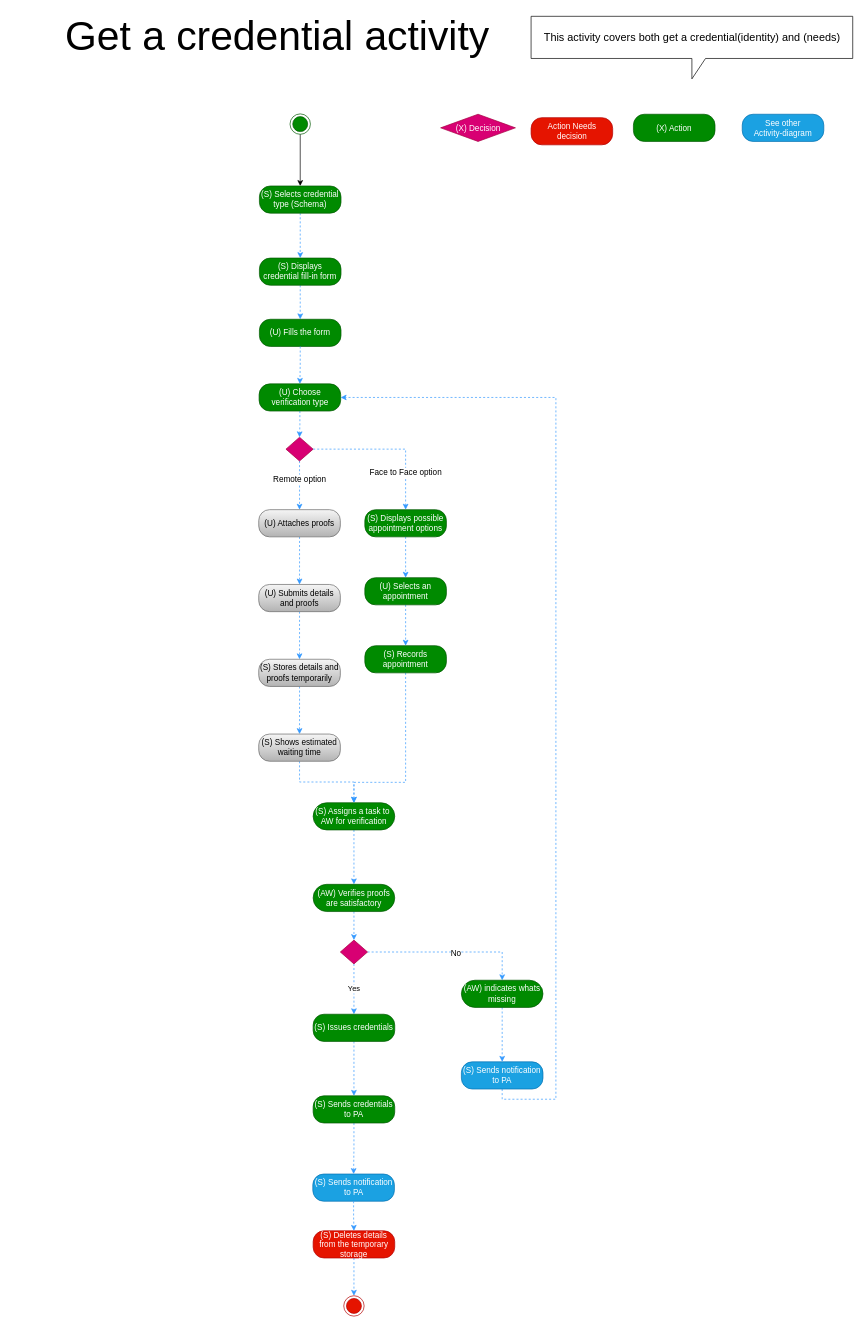
This is Activity Diagrams/Get a credential activity.drawio from nsward/diagrams, a draw.io file, before an edit. Source tidied: cells renumbered, new cells numbered last; positions are measured from the earlier drawing's top-left corner, leaving out a move shared by most shapes. Both pictures are drawn from the tidied source at 68%, with x=0, y=0 at pixel (12, 16).
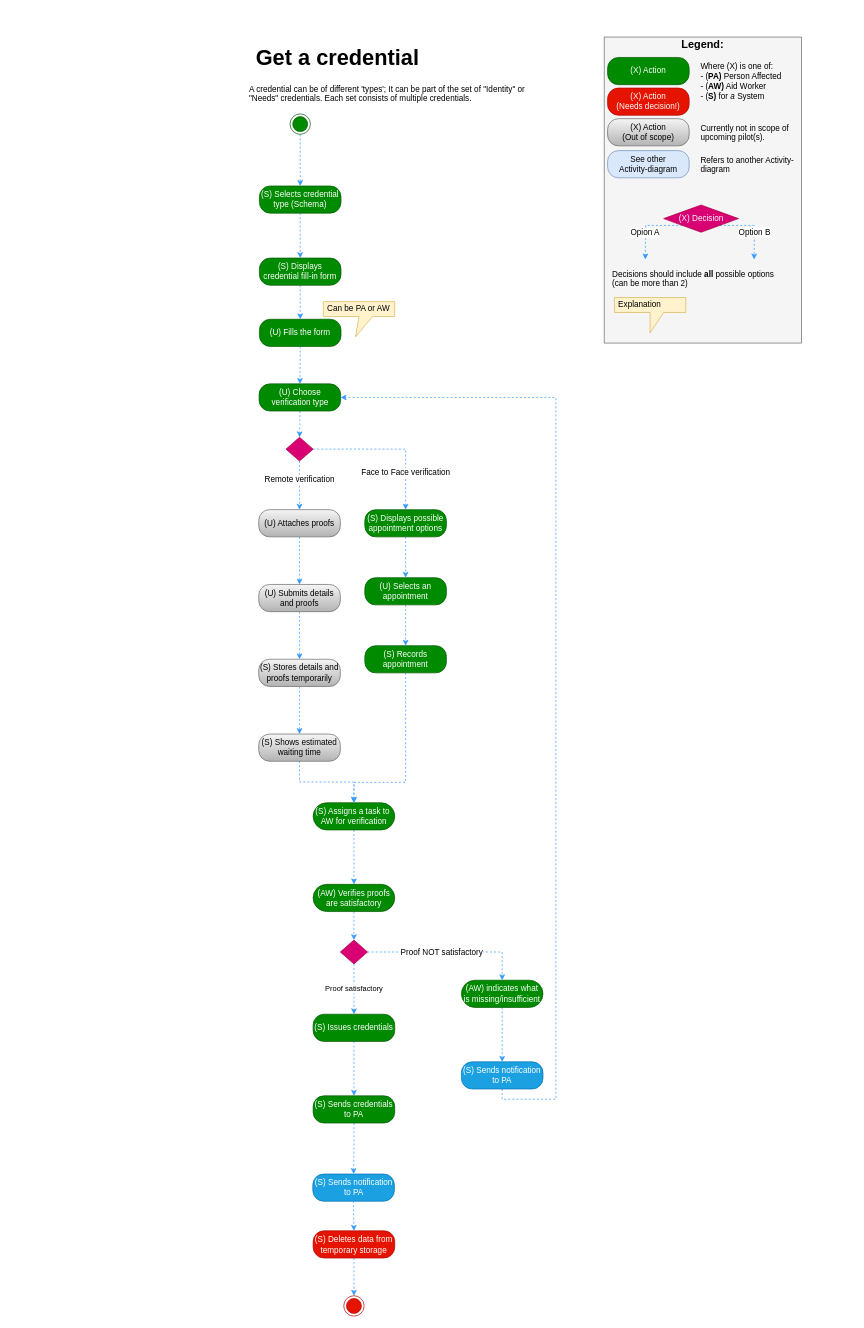
The same diagram, later.

Commit message:
Align layout with template + include legend

The change refers to these unchanged cells:
```xml
<mxCell id="3" style="ellipse;html=1;shape=endState;fillColor=#008a00;strokeColor=#005700;fontColor=#ffffff;" parent="1" vertex="1">
  <mxGeometry x="409" y="144" width="30" height="30" as="geometry" />
</mxCell>
<mxCell id="6" value="(S) Selects credential type (Schema)&lt;br&gt;" style="rounded=1;whiteSpace=wrap;html=1;arcSize=40;fillColor=#008a00;strokeColor=#005700;fontColor=#ffffff;" parent="1" vertex="1">
  <mxGeometry x="364" y="250" width="120" height="40" as="geometry" />
</mxCell>
<mxCell id="24" style="edgeStyle=orthogonalEdgeStyle;rounded=0;jettySize=auto;html=1;entryX=0.5;entryY=0;entryDx=0;entryDy=0;dashed=1;strokeColor=#3399FF;fontColor=#ffffff;" parent="1" edge="1" source="28" target="31">
  <mxGeometry relative="1" as="geometry" />
</mxCell>
<mxCell id="26" style="edgeStyle=orthogonalEdgeStyle;rounded=0;jettySize=auto;html=1;entryX=0.5;entryY=0;entryDx=0;entryDy=0;dashed=1;strokeColor=#3399FF;fontColor=#ffffff;" parent="1" edge="1" source="28" target="13">
  <mxGeometry relative="1" as="geometry" />
</mxCell>
<mxCell id="38" style="edgeStyle=orthogonalEdgeStyle;rounded=0;jettySize=auto;html=1;dashed=1;strokeColor=#3399FF;fontColor=#ffffff;" parent="1" edge="1" source="41" target="43">
  <mxGeometry relative="1" as="geometry" />
</mxCell>
<mxCell id="41" style="rhombus;whiteSpace=wrap;html=1;fillColor=#d80073;strokeColor=#A50040;fontColor=#ffffff;" parent="1" vertex="1">
  <mxGeometry x="483" y="1359" width="40" height="35" as="geometry" />
</mxCell>
<mxCell id="47" value="(S) Issues credentials&lt;br&gt;" style="rounded=1;whiteSpace=wrap;html=1;arcSize=40;fillColor=#008a00;strokeColor=#005700;fontColor=#ffffff;" parent="1" vertex="1">
  <mxGeometry x="443" y="1468" width="120" height="40" as="geometry" />
</mxCell>
```

The edit, as a diff of the source:
```diff
@@
-    <mxCell id="2" style="edgeStyle=orthogonalEdgeStyle;rounded=0;jettySize=auto;html=1;entryX=0.5;entryY=0;entryDx=0;entryDy=0;strokeColor=#000000;fontColor=#ffffff;" parent="1" edge="1" source="3" target="6">
+    <mxCell id="2" style="edgeStyle=orthogonalEdgeStyle;rounded=0;jettySize=auto;html=1;entryX=0.5;entryY=0;entryDx=0;entryDy=0;strokeColor=#3399FF;fontColor=#ffffff;dashed=1;" parent="1" edge="1" source="3" target="6">
       <mxGeometry relative="1" as="geometry" />
     </mxCell>
@@
-    <mxCell id="25" value="Face to Face option" style="text;html=1;align=center;verticalAlign=middle;labelBackgroundColor=#ffffff;fontColor=#000000;" parent="24" vertex="1">
+    <mxCell id="25" value="Face to Face verification" style="text;html=1;align=center;verticalAlign=middle;labelBackgroundColor=#ffffff;fontColor=#000000;" parent="24" vertex="1">
       <mxGeometry x="0.2" y="-34" relative="1" as="geometry" />
     </mxCell>
@@
-    <mxCell id="27" value="Remote option" style="text;html=1;align=center;verticalAlign=middle;labelBackgroundColor=#ffffff;fontColor=#000000;" parent="26" vertex="1">
+    <mxCell id="27" value="Remote verification" style="text;html=1;align=center;verticalAlign=middle;labelBackgroundColor=#ffffff;fontColor=#000000;" parent="26" vertex="1">
       <mxGeometry y="-9" relative="1" as="geometry">
         <mxPoint x="8" y="-9" as="offset" />
       </mxGeometry>
     </mxCell>
@@
-    <mxCell id="39" value="&lt;font color=&quot;#000000&quot;&gt;No&lt;/font&gt;" style="text;html=1;align=center;verticalAlign=middle;labelBackgroundColor=#ffffff;fontColor=#ffffff;" parent="38" vertex="1">
-      <mxGeometry x="0.08" y="-2" relative="1" as="geometry" />
+    <mxCell id="39" value="&lt;font color=&quot;#000000&quot;&gt;Proof NOT satisfactory&lt;/font&gt;" style="text;html=1;align=center;verticalAlign=middle;labelBackgroundColor=#ffffff;fontColor=#ffffff;" parent="38" vertex="1">
+      <mxGeometry x="0.08" y="-2" relative="1" as="geometry">
+        <mxPoint x="-21" y="-2.5" as="offset" />
+      </mxGeometry>
     </mxCell>
-    <mxCell id="40" value="&lt;font color=&quot;#000000&quot;&gt;Yes&lt;/font&gt;" style="edgeStyle=orthogonalEdgeStyle;rounded=0;jettySize=auto;html=1;entryX=0.5;entryY=0;entryDx=0;entryDy=0;dashed=1;strokeColor=#3399FF;fontColor=#ffffff;" parent="1" edge="1" source="41" target="47">
+    <mxCell id="40" value="&lt;font color=&quot;#000000&quot;&gt;Proof satisfactory&lt;/font&gt;" style="edgeStyle=orthogonalEdgeStyle;rounded=0;jettySize=auto;html=1;entryX=0.5;entryY=0;entryDx=0;entryDy=0;dashed=1;strokeColor=#3399FF;fontColor=#ffffff;" parent="1" edge="1" source="41" target="47">
       <mxGeometry relative="1" as="geometry" />
     </mxCell>
@@
-    <mxCell id="43" value="(AW) indicates whats missing" style="rounded=1;whiteSpace=wrap;html=1;arcSize=50;fillColor=#008a00;strokeColor=#005700;fontColor=#ffffff;" parent="1" vertex="1">
+    <mxCell id="43" value="(AW) indicates what is missing/insufficient" style="rounded=1;whiteSpace=wrap;html=1;arcSize=50;fillColor=#008a00;strokeColor=#005700;fontColor=#ffffff;" parent="1" vertex="1">
       <mxGeometry x="661" y="1418" width="120" height="40" as="geometry" />
     </mxCell>
@@
-    <mxCell id="50" value="(S) Deletes details from the temporary storage&lt;br&gt;" style="rounded=1;whiteSpace=wrap;html=1;arcSize=40;fillColor=#e51400;strokeColor=#B20000;fontColor=#ffffff;" parent="1" vertex="1">
+    <mxCell id="50" value="(S) Deletes data from temporary storage&lt;br&gt;" style="rounded=1;whiteSpace=wrap;html=1;arcSize=40;fillColor=#e51400;strokeColor=#B20000;fontColor=#ffffff;" parent="1" vertex="1">
       <mxGeometry x="443" y="1786.5" width="120" height="40" as="geometry" />
     </mxCell>
@@
-    <mxCell id="52" value="Get a credential activity" style="text;html=1;strokeColor=none;fillColor=none;align=center;verticalAlign=middle;whiteSpace=wrap;rounded=0;fontSize=60;" parent="1" vertex="1">
-      <mxGeometry y="24.5" width="781" height="11" as="geometry" />
-    </mxCell>
+    <mxCell id="58" style="rounded=0;whiteSpace=wrap;html=1;fontSize=16;align=left;fillColor=#f5f5f5;strokeColor=#666666;fontColor=#333333;" parent="1" vertex="1">
+      <mxGeometry x="871" y="31" width="290" height="450" as="geometry" />
+    </mxCell>
-    <mxCell id="53" value="See other&lt;br&gt;Activity-diagram" style="rounded=1;whiteSpace=wrap;html=1;arcSize=40;fillColor=#1ba1e2;strokeColor=#006EAF;fontColor=#ffffff;" parent="1" vertex="1">
-      <mxGeometry x="1074" y="144.5" width="120" height="40" as="geometry" />
+    <mxCell id="53" value="See other&lt;br&gt;Activity-diagram" style="rounded=1;whiteSpace=wrap;html=1;arcSize=40;fillColor=#dae8fc;strokeColor=#6c8ebf;" parent="1" vertex="1">
+      <mxGeometry x="876" y="198" width="120" height="40" as="geometry" />
     </mxCell>
     <mxCell id="54" value="(X) Action&lt;br&gt;" style="rounded=1;whiteSpace=wrap;html=1;arcSize=40;fillColor=#008a00;strokeColor=#005700;fontColor=#ffffff;" parent="1" vertex="1">
-      <mxGeometry x="914" y="144.5" width="120" height="40" as="geometry" />
+      <mxGeometry x="876" y="61" width="120" height="40" as="geometry" />
     </mxCell>
+    <mxCell id="59" style="edgeStyle=orthogonalEdgeStyle;rounded=0;jettySize=auto;html=1;dashed=1;strokeColor=#3399FF;exitX=0;exitY=1;exitDx=0;exitDy=0;" parent="1" edge="1" source="55">
+      <mxGeometry relative="1" as="geometry">
+        <mxPoint x="931.5" y="358" as="targetPoint" />
+      </mxGeometry>
+    </mxCell>
+    <mxCell id="60" value="Opion A" style="text;html=1;align=center;verticalAlign=middle;labelBackgroundColor=#ffffff;" parent="59" vertex="1">
+      <mxGeometry x="-0.26" y="1" relative="1" as="geometry">
+        <mxPoint x="-18" y="9" as="offset" />
+      </mxGeometry>
+    </mxCell>
+    <mxCell id="61" style="edgeStyle=orthogonalEdgeStyle;rounded=0;jettySize=auto;html=1;exitX=1;exitY=1;exitDx=0;exitDy=0;dashed=1;strokeColor=#3399FF;" parent="1" edge="1" source="55">
+      <mxGeometry relative="1" as="geometry">
+        <mxPoint x="1091.5" y="358" as="targetPoint" />
+      </mxGeometry>
+    </mxCell>
+    <mxCell id="62" value="Option B" style="text;html=1;align=center;verticalAlign=middle;labelBackgroundColor=#ffffff;" parent="61" vertex="1">
+      <mxGeometry x="0.2" y="-1" relative="1" as="geometry">
+        <mxPoint x="1" as="offset" />
+      </mxGeometry>
+    </mxCell>
     <mxCell id="55" value="&lt;span&gt;(X) Decision&lt;br&gt;&lt;/span&gt;" style="rhombus;whiteSpace=wrap;html=1;fillColor=#d80073;strokeColor=#A50040;fontColor=#ffffff;" parent="1" vertex="1">
-      <mxGeometry x="630.5" y="144.5" width="110" height="40" as="geometry" />
+      <mxGeometry x="958.5" y="278" width="110" height="40" as="geometry" />
     </mxCell>
-    <mxCell id="56" value="Action Needs decision&lt;br&gt;" style="rounded=1;whiteSpace=wrap;html=1;arcSize=40;fillColor=#e51400;strokeColor=#B20000;fontColor=#ffffff;" parent="1" vertex="1">
-      <mxGeometry x="763.5" y="149.5" width="120" height="40" as="geometry" />
-    </mxCell>
-    <mxCell id="57" value="&lt;font style=&quot;font-size: 16px;&quot;&gt;This activity covers both get a credential(identity) and (needs)&lt;br style=&quot;font-size: 16px;&quot;&gt;&lt;/font&gt;" style="shape=callout;whiteSpace=wrap;html=1;perimeter=calloutPerimeter;fontSize=16;" parent="1" vertex="1">
-      <mxGeometry x="763.5" y="0.5" width="473" height="92" as="geometry" />
-    </mxCell>
+    <mxCell id="63" value="(X) Action&lt;br&gt;(Needs decision!)&lt;br&gt;" style="rounded=1;whiteSpace=wrap;html=1;arcSize=40;fillColor=#e51400;strokeColor=#B20000;fontColor=#ffffff;" parent="1" vertex="1">
+      <mxGeometry x="876" y="106" width="120" height="40" as="geometry" />
+    </mxCell>
+    <mxCell id="64" value="&lt;div style=&quot;text-align: left ; font-size: 32px&quot;&gt;&lt;span&gt;Get a credential&lt;/span&gt;&lt;br&gt;&lt;/div&gt;" style="text;html=1;strokeColor=none;fillColor=none;align=left;verticalAlign=middle;whiteSpace=wrap;rounded=0;fontStyle=1;fontSize=32;spacingLeft=16;" parent="1" vertex="1">
+      <mxGeometry x="341" y="21" width="518" height="80" as="geometry" />
+    </mxCell>
+    <mxCell id="65" value="&lt;font style=&quot;font-size: 16px;&quot;&gt;Legend:&lt;/font&gt;" style="text;html=1;strokeColor=none;fillColor=none;align=center;verticalAlign=middle;whiteSpace=wrap;rounded=0;fontSize=16;fontStyle=1;" parent="1" vertex="1">
+      <mxGeometry x="996" y="31" width="40" height="20" as="geometry" />
+    </mxCell>
+    <mxCell id="66" value="Where (X) is one of:&lt;br&gt;- (&lt;b&gt;PA)&lt;/b&gt; Person Affected&lt;br&gt;- (&lt;b&gt;AW)&lt;/b&gt; Aid Worker&lt;br&gt;- (&lt;b&gt;S)&lt;/b&gt; for &lt;i&gt;a&lt;/i&gt; System&lt;br&gt;" style="text;html=1;strokeColor=none;fillColor=none;align=left;verticalAlign=top;whiteSpace=wrap;rounded=0;fontSize=12;" parent="1" vertex="1">
+      <mxGeometry x="1011" y="61" width="140" height="70" as="geometry" />
+    </mxCell>
+    <mxCell id="67" value="Refers to another Activity-diagram&lt;br&gt;" style="text;html=1;strokeColor=none;fillColor=none;align=left;verticalAlign=top;whiteSpace=wrap;rounded=0;fontSize=12;" parent="1" vertex="1">
+      <mxGeometry x="1011" y="198" width="140" height="38" as="geometry" />
+    </mxCell>
+    <mxCell id="68" value="Decisions should include &lt;b&gt;all&lt;/b&gt; possible options (can be more than 2)&lt;br&gt;" style="text;html=1;strokeColor=none;fillColor=none;align=left;verticalAlign=top;whiteSpace=wrap;rounded=0;fontSize=12;" parent="1" vertex="1">
+      <mxGeometry x="881" y="366" width="250" height="38" as="geometry" />
+    </mxCell>
+    <mxCell id="69" value="&lt;p&gt;Explanation&lt;/p&gt;" style="shape=callout;whiteSpace=wrap;html=1;perimeter=calloutPerimeter;fillColor=#fff2cc;fontSize=12;align=left;strokeColor=#d6b656;spacingLeft=4;" parent="1" vertex="1">
+      <mxGeometry x="886" y="414" width="105" height="52" as="geometry" />
+    </mxCell>
+    <mxCell id="70" value="(X) Action&lt;br&gt;(Out of scope)&lt;br&gt;" style="rounded=1;whiteSpace=wrap;html=1;arcSize=40;fillColor=#f5f5f5;strokeColor=#666666;gradientColor=#b3b3b3;" parent="1" vertex="1">
+      <mxGeometry x="876" y="151" width="120" height="40" as="geometry" />
+    </mxCell>
+    <mxCell id="71" value="Currently not in scope of upcoming pilot(s).&lt;br&gt;" style="text;html=1;strokeColor=none;fillColor=none;align=left;verticalAlign=top;whiteSpace=wrap;rounded=0;fontSize=12;" parent="1" vertex="1">
+      <mxGeometry x="1011" y="151" width="140" height="70" as="geometry" />
+    </mxCell>
+    <mxCell id="72" value="&lt;p&gt;A credential can be of different 'types'; It can be part of the set of &quot;Identity&quot; or &quot;Needs&quot; credentials. Each set consists of multiple credentials.&lt;/p&gt;" style="text;html=1;strokeColor=none;fillColor=none;spacing=8;spacingTop=-20;whiteSpace=wrap;overflow=hidden;rounded=0;align=left;" parent="1" vertex="1">
+      <mxGeometry x="341" y="96" width="432" height="57" as="geometry" />
+    </mxCell>
+    <mxCell id="73" value="&lt;p&gt;Can be PA or AW&lt;/p&gt;" style="shape=callout;whiteSpace=wrap;html=1;perimeter=calloutPerimeter;fillColor=#fff2cc;fontSize=12;align=left;strokeColor=#d6b656;spacingLeft=4;position2=0.45;" parent="1" vertex="1">
+      <mxGeometry x="458" y="420" width="105" height="52" as="geometry" />
+    </mxCell>
```
